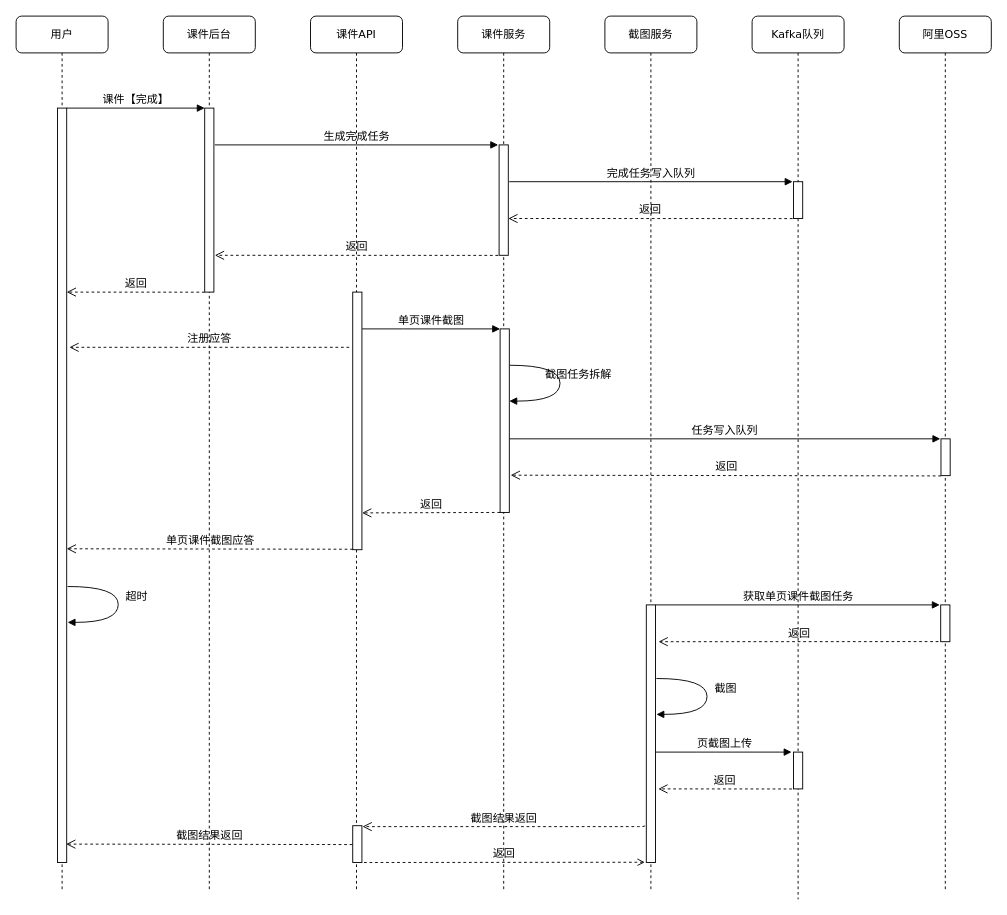
Earlier version of the draw.io diagram cw3-release.drawio (huanjiesm/courseware-draw). Source tidied: cells renumbered, new cells numbered last; positions are measured from the earlier drawing's top-left corner, leaving out a move shared by most shapes. Both pictures are drawn from the tidied source at 92%, with x=0, y=0 at pixel (16, 16).
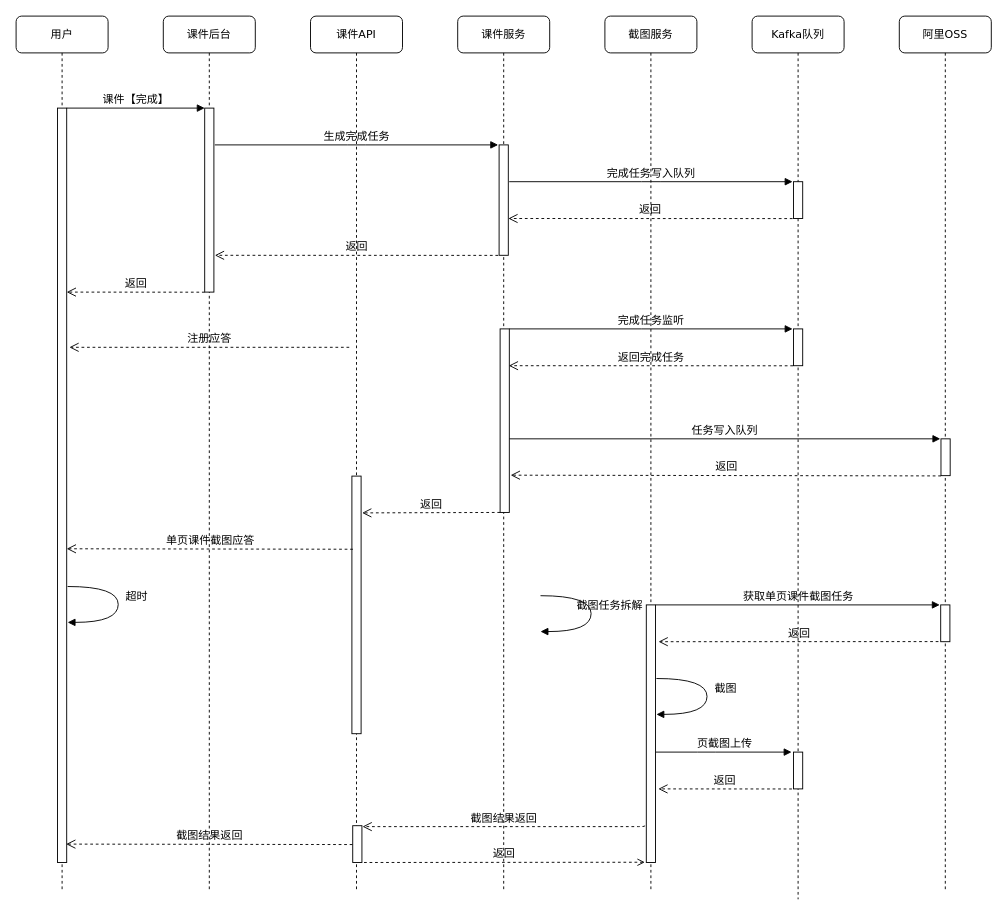
After the change.

Unchanged cells that the change refers to:
```xml
<mxCell id="4" value="Kafka队列" style="shape=umlLifeline;perimeter=lifelinePerimeter;whiteSpace=wrap;html=1;rounded=1;shadow=0;comic=0;labelBackgroundColor=none;strokeWidth=1;fontFamily=Verdana;fontSize=12;align=center;" parent="1" vertex="1">
  <mxGeometry x="800" width="100" height="960" as="geometry" />
</mxCell>
<mxCell id="11" value="课件API" style="shape=umlLifeline;perimeter=lifelinePerimeter;whiteSpace=wrap;html=1;rounded=1;shadow=0;comic=0;labelBackgroundColor=none;strokeWidth=1;fontFamily=Verdana;fontSize=12;align=center;" parent="1" vertex="1">
  <mxGeometry x="320" width="100" height="950" as="geometry" />
</mxCell>
<mxCell id="15" value="课件服务" style="shape=umlLifeline;perimeter=lifelinePerimeter;whiteSpace=wrap;html=1;rounded=1;shadow=0;comic=0;labelBackgroundColor=none;strokeWidth=1;fontFamily=Verdana;fontSize=12;align=center;" parent="1" vertex="1">
  <mxGeometry x="480" width="100" height="950" as="geometry" />
</mxCell>
<mxCell id="18" style="html=1;points=[];perimeter=orthogonalPerimeter;rounded=0;shadow=0;comic=0;labelBackgroundColor=none;strokeWidth=1;fontFamily=Verdana;fontSize=12;align=center;" parent="15" vertex="1">
  <mxGeometry x="46.1" y="340" width="10" height="199.5" as="geometry" />
</mxCell>
```

The edit, as a diff of the source:
```diff
@@
+    <mxCell id="42" style="html=1;perimeter=orthogonalPerimeter;rounded=0;shadow=0;comic=0;labelBackgroundColor=none;strokeWidth=1;fontFamily=Verdana;fontSize=12;align=center;" parent="4" vertex="1">
+      <mxGeometry x="45" y="340" width="10" height="40" as="geometry" />
+    </mxCell>
@@
     <mxCell id="12" style="html=1;perimeter=orthogonalPerimeter;rounded=0;shadow=0;comic=0;labelBackgroundColor=none;strokeWidth=1;fontFamily=Verdana;fontSize=12;align=center;" parent="11" vertex="1">
-      <mxGeometry x="45.9" y="300" width="10" height="280" as="geometry" />
+      <mxGeometry x="45" y="500" width="10" height="280" as="geometry" />
     </mxCell>
@@
-    <mxCell id="17" value="截图任务拆解" style="html=1;verticalAlign=bottom;endArrow=block;labelBackgroundColor=none;fontFamily=Verdana;fontSize=12;elbow=vertical;edgeStyle=orthogonalEdgeStyle;curved=1;exitX=1.038;exitY=0.345;exitPerimeter=0;entryX=1.027;entryY=0.831;entryDx=0;entryDy=0;entryPerimeter=0;" parent="15" edge="1">
-      <mxGeometry x="0.01" y="20" relative="1" as="geometry">
-        <mxPoint x="56.1" y="379.5" as="sourcePoint" />
-        <mxPoint x="56.1" y="418.5" as="targetPoint" />
-        <Array as="points">
-          <mxPoint x="111.2" y="379.5" />
-          <mxPoint x="111.2" y="418.5" />
-        </Array>
-      </mxGeometry>
-    </mxCell>
@@
-    <mxCell id="19" value="单页课件截图" style="html=1;verticalAlign=bottom;endArrow=block;labelBackgroundColor=none;fontFamily=Verdana;fontSize=12;edgeStyle=elbowEdgeStyle;elbow=vertical;" parent="15" edge="1" target="18">
-      <mxGeometry relative="1" as="geometry">
-        <mxPoint x="-103.9" y="340" as="sourcePoint" />
-        <Array as="points">
-          <mxPoint x="-48.9" y="340" />
-          <mxPoint x="-38.9" y="400" />
-          <mxPoint x="1.1" y="410" />
-          <mxPoint x="-18.9" y="370" />
-          <mxPoint x="-98.9" y="260" />
-        </Array>
-      </mxGeometry>
-    </mxCell>
@@
+    <mxCell id="43" value="完成任务监听" style="html=1;verticalAlign=bottom;endArrow=block;labelBackgroundColor=none;fontFamily=Verdana;fontSize=12;edgeStyle=elbowEdgeStyle;elbow=vertical;" parent="1" edge="1">
+      <mxGeometry relative="1" as="geometry">
+        <mxPoint x="536" y="340" as="sourcePoint" />
+        <mxPoint x="844" y="340" as="targetPoint" />
+      </mxGeometry>
+    </mxCell>
+    <mxCell id="17" value="截图任务拆解" style="html=1;verticalAlign=bottom;endArrow=block;labelBackgroundColor=none;fontFamily=Verdana;fontSize=12;elbow=vertical;edgeStyle=orthogonalEdgeStyle;curved=1;exitX=1.038;exitY=0.345;exitPerimeter=0;entryX=1.027;entryY=0.831;entryDx=0;entryDy=0;entryPerimeter=0;" parent="1" edge="1">
+      <mxGeometry x="0.01" y="20" relative="1" as="geometry">
+        <mxPoint x="570" y="630" as="sourcePoint" />
+        <mxPoint x="570" y="669" as="targetPoint" />
+        <Array as="points">
+          <mxPoint x="625" y="630" />
+          <mxPoint x="625" y="669" />
+        </Array>
+      </mxGeometry>
+    </mxCell>
+    <mxCell id="44" value="返回完成任务" style="html=1;verticalAlign=bottom;endArrow=open;dashed=1;endSize=8;labelBackgroundColor=none;fontFamily=Verdana;fontSize=12;edgeStyle=elbowEdgeStyle;elbow=vertical;" parent="1" edge="1">
+      <mxGeometry relative="1" as="geometry">
+        <mxPoint x="844.5" y="380.1" as="sourcePoint" />
+        <mxPoint x="535.5" y="380" as="targetPoint" />
+      </mxGeometry>
+    </mxCell>
```
